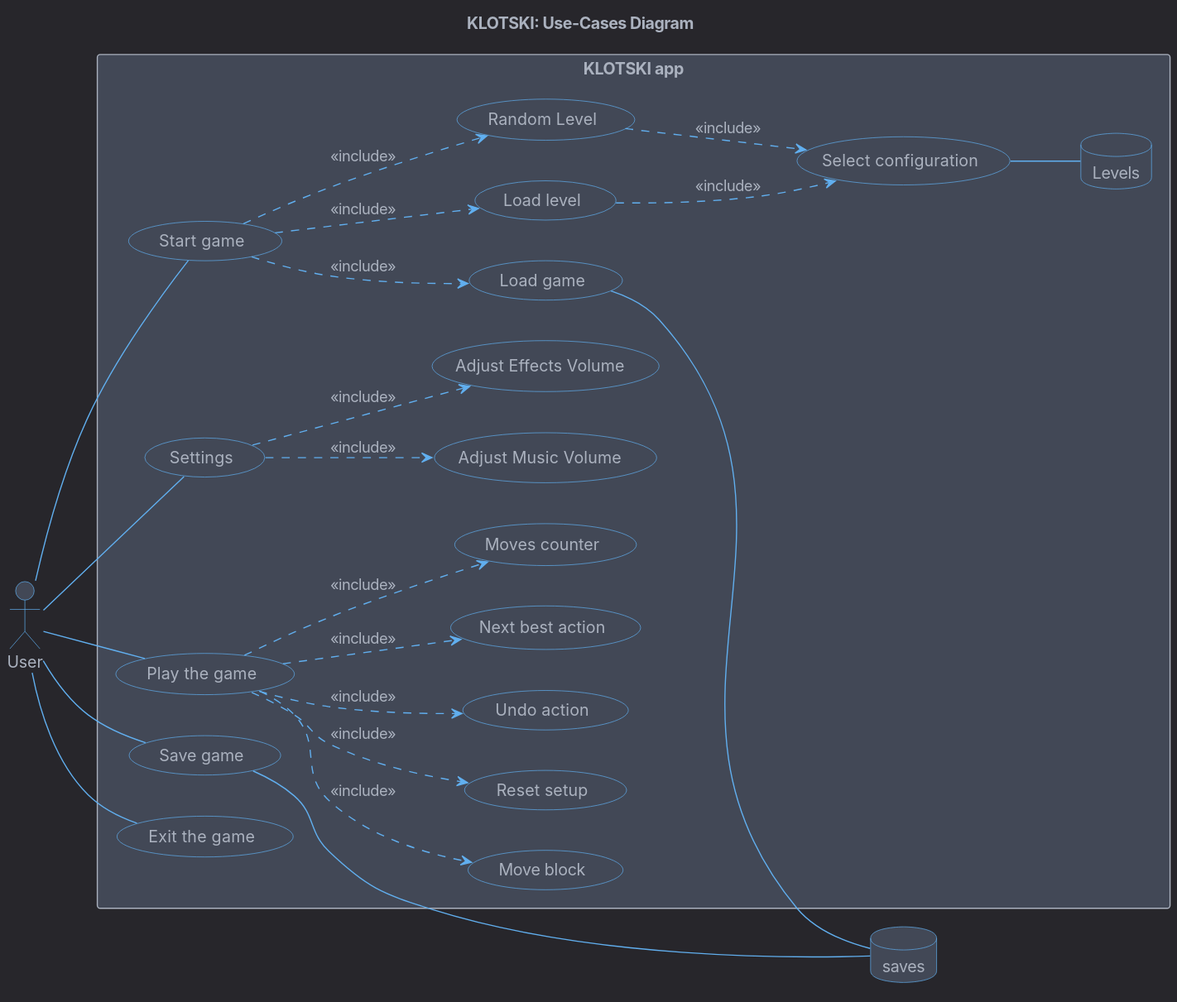
Earlier version of the PlantUML export docs/assets/diagrams/use_case.svg (BIRSAx2/klotski). Its diagram source:
```plantuml
@startuml
!include theme.puml

left to right direction


title "KLOTSKI: Use-Cases Diagram"


actor User

  database File [
    saves
  ]


rectangle "KLOTSKI app"{


  database Levels {

   }

  User -- (Start game)

  (Start game) ..> (Random Level) : <<include>>
  (Start game) ..> (Load game): <<include>>
  (Start game) ..> (Load level) : <<include>>
  (Random Level) ..> (Select configuration) : <<include>>
  (Load level) ..> (Select configuration) : <<include>>

  (Select configuration) -- Levels

  (Load game) -- File

  User -- (Settings)

  (Settings) ..> (Adjust Music Volume ) : <<include>>
  (Settings) ..> (Adjust Effects Volume ) : <<include>>

  User -- (Save game)
  (Save game) -- File

  User -- (Play the game)
  (Play the game) ..> (Move block) : <<include>>
  (Play the game) ..> (Reset setup) : <<include>>
  (Play the game) ..> (Undo action) : <<include>>
  (Play the game) ..> (Next best action) : <<include>>

  (Play the game) ..> (Moves counter) : <<include>>

  User -- (Exit the game)
}
@enduml
```
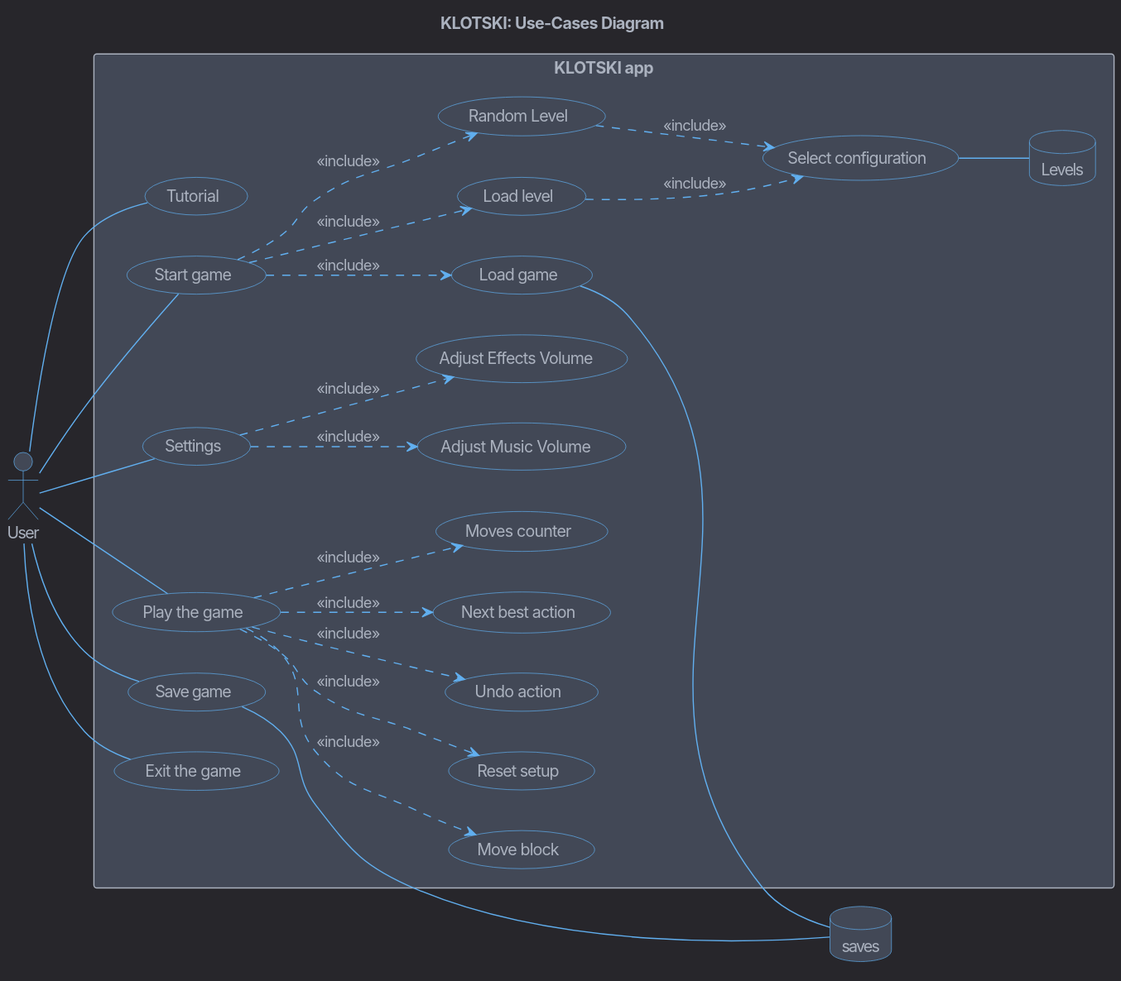
Above is the later version.

Commit message:
Updated use case diagram

What changed in the source:
```diff
@@ -3,8 +3,8 @@
 
 left to right direction
 
+title "KLOTSKI: Use-Cases Diagram"
 
-title "KLOTSKI: Use-Cases Diagram"
 
 
 actor User
@@ -16,10 +16,11 @@
 
 rectangle "KLOTSKI app"{
 
-
   database Levels {
 
-   }
+  }
+
+  User -- (Tutorial)
 
   User -- (Start game)
 
```
